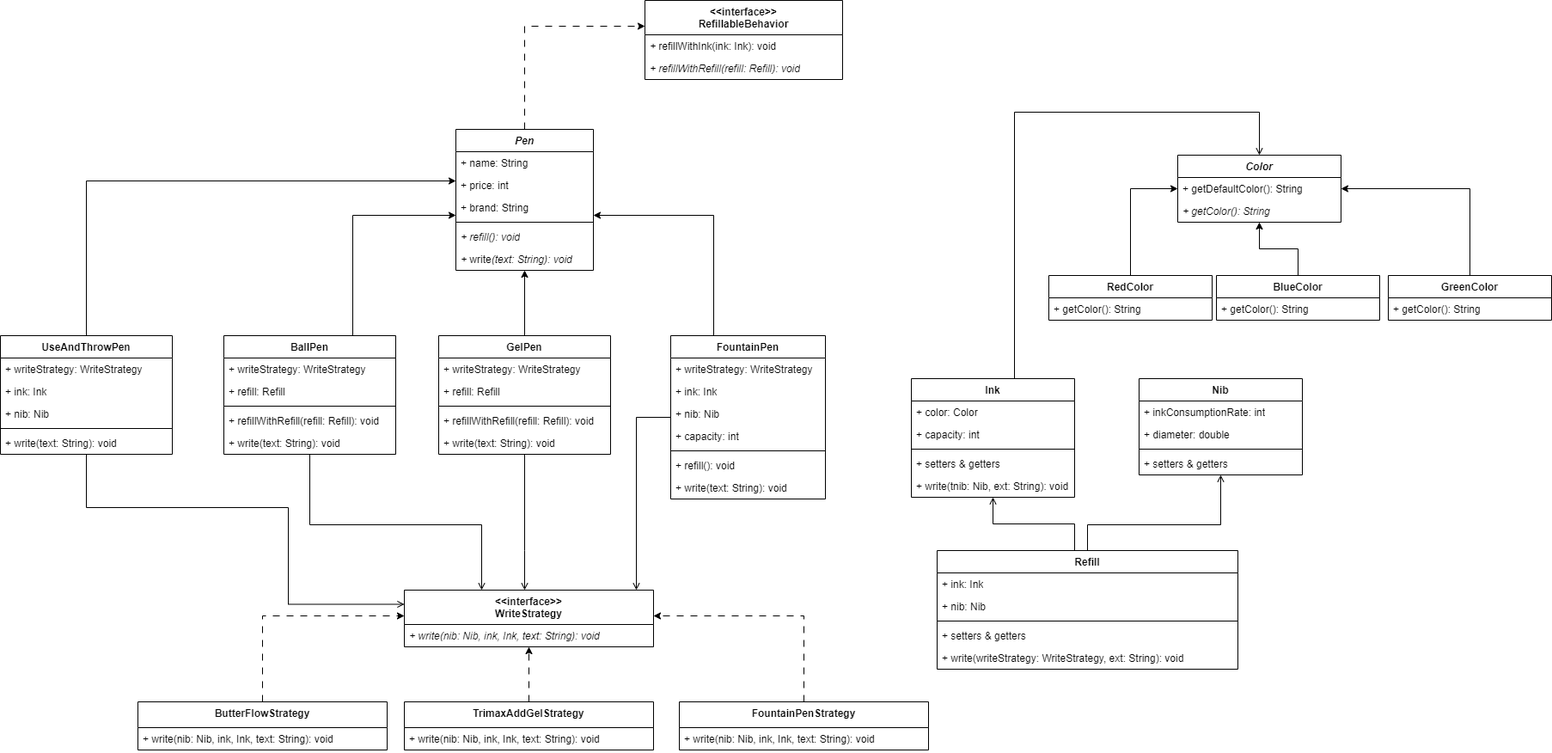
Before: classDiagram.drawio.png, a diagram exported from draw.io (ARSHAD0141786/Design-A-Pen). Source tidied: cells renumbered, new cells last; positions are measured from the earlier drawing's top-left corner, leaving out a move shared by most shapes.
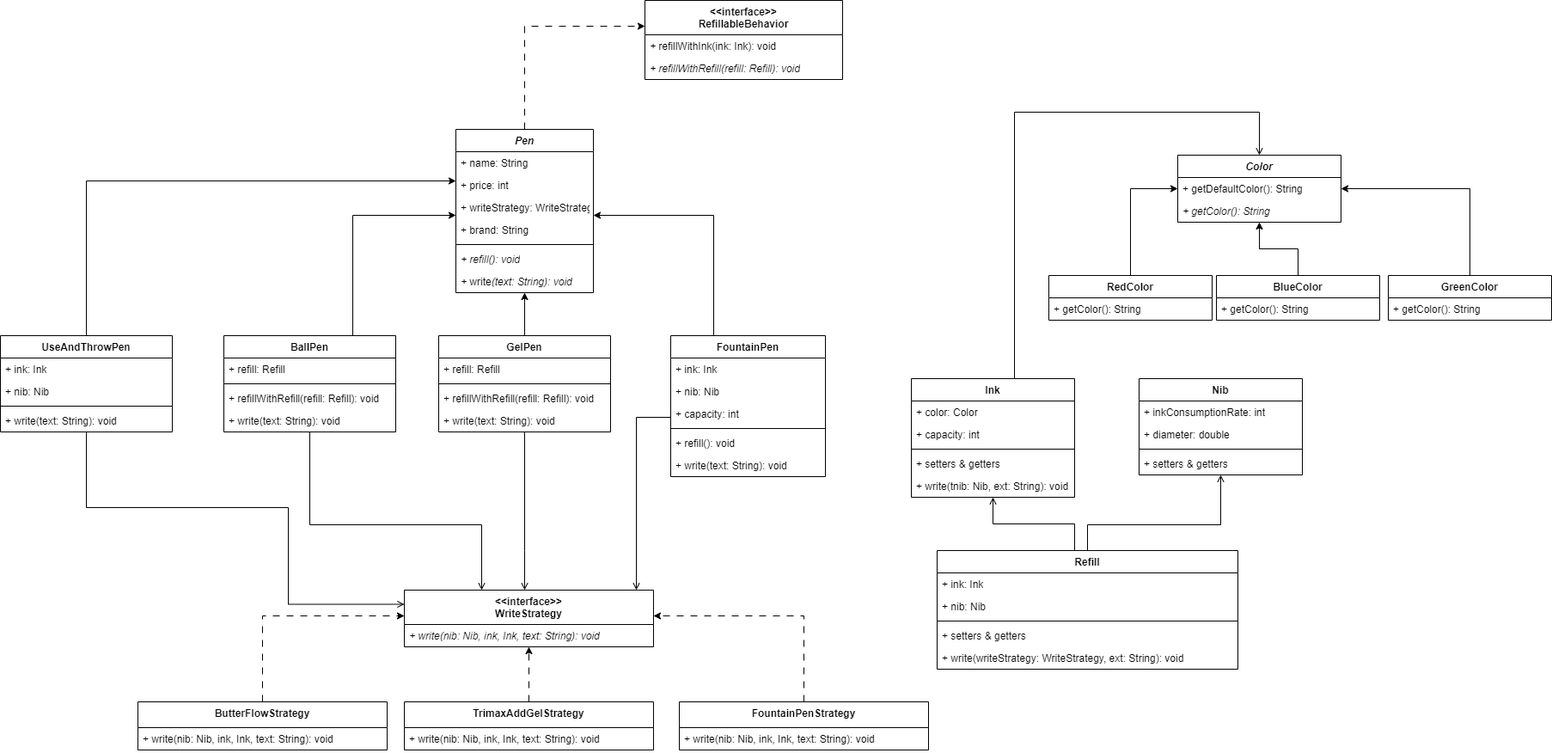
The same file after the commit.

Commit message:
moved smimilar attributes to parent class

What changed in the source:
```diff
@@ -10,7 +10,7 @@
       </mxGeometry>
     </mxCell>
     <mxCell id="3" value="&lt;i&gt;Pen&lt;/i&gt;" style="swimlane;fontStyle=1;align=center;verticalAlign=top;horizontal=1;startSize=26;whiteSpace=wrap;html=1;" parent="1" vertex="1">
-      <mxGeometry x="530" y="150" width="160" height="164" as="geometry" />
+      <mxGeometry x="530" y="150" width="160" height="190" as="geometry" />
     </mxCell>
     <mxCell id="4" value="+ name: String" style="text;strokeColor=none;fillColor=none;align=left;verticalAlign=top;spacingLeft=4;spacingRight=4;overflow=hidden;whiteSpace=wrap;html=1;" parent="3" vertex="1">
       <mxGeometry y="26" width="160" height="26" as="geometry" />
@@ -18,17 +18,20 @@
     <mxCell id="5" value="+ price: int" style="text;strokeColor=none;fillColor=none;align=left;verticalAlign=top;spacingLeft=4;spacingRight=4;overflow=hidden;whiteSpace=wrap;html=1;" parent="3" vertex="1">
       <mxGeometry y="52" width="160" height="26" as="geometry" />
     </mxCell>
+    <mxCell id="13" value="+&amp;nbsp;writeStrategy&lt;span style=&quot;background-color: initial;&quot;&gt;:&amp;nbsp;&lt;/span&gt;WriteStrategy" style="text;strokeColor=none;fillColor=none;align=left;verticalAlign=top;spacingLeft=4;spacingRight=4;overflow=hidden;whiteSpace=wrap;html=1;" parent="3" vertex="1">
+      <mxGeometry y="78" width="160" height="26" as="geometry" />
+    </mxCell>
     <mxCell id="6" value="+ brand: String" style="text;strokeColor=none;fillColor=none;align=left;verticalAlign=top;spacingLeft=4;spacingRight=4;overflow=hidden;whiteSpace=wrap;html=1;" parent="3" vertex="1">
-      <mxGeometry y="78" width="160" height="26" as="geometry" />
+      <mxGeometry y="104" width="160" height="26" as="geometry" />
     </mxCell>
     <mxCell id="7" style="line;strokeWidth=1;fillColor=none;align=left;verticalAlign=middle;spacingTop=-1;spacingLeft=3;spacingRight=3;labelPosition=right;strokeColor=inherit;" parent="3" vertex="1">
-      <mxGeometry y="104" width="160" height="8" as="geometry" />
+      <mxGeometry y="130" width="160" height="8" as="geometry" />
     </mxCell>
     <mxCell id="8" value="&lt;i&gt;+&amp;nbsp;refill&lt;span style=&quot;background-color: initial;&quot;&gt;(): void&lt;/span&gt;&lt;/i&gt;" style="text;strokeColor=none;fillColor=none;align=left;verticalAlign=top;spacingLeft=4;spacingRight=4;overflow=hidden;whiteSpace=wrap;html=1;" parent="3" vertex="1">
-      <mxGeometry y="112" width="160" height="26" as="geometry" />
+      <mxGeometry y="138" width="160" height="26" as="geometry" />
     </mxCell>
     <mxCell id="9" value="&lt;i&gt;+&amp;nbsp;&lt;/i&gt;write&lt;i&gt;&lt;span style=&quot;background-color: initial;&quot;&gt;(text: String): void&lt;/span&gt;&lt;/i&gt;" style="text;strokeColor=none;fillColor=none;align=left;verticalAlign=top;spacingLeft=4;spacingRight=4;overflow=hidden;whiteSpace=wrap;html=1;" parent="3" vertex="1">
-      <mxGeometry y="138" width="160" height="26" as="geometry" />
+      <mxGeometry y="164" width="160" height="26" as="geometry" />
     </mxCell>
     <mxCell id="10" style="edgeStyle=orthogonalEdgeStyle;rounded=0;jettySize=auto;html=1;" parent="1" edge="1" source="12" target="3">
       <mxGeometry relative="1" as="geometry">
@@ -46,22 +49,19 @@
       </mxGeometry>
     </mxCell>
     <mxCell id="12" value="BallPen" style="swimlane;fontStyle=1;align=center;verticalAlign=top;horizontal=1;startSize=26;whiteSpace=wrap;html=1;" parent="1" vertex="1">
-      <mxGeometry x="260" y="390" width="200" height="138" as="geometry" />
+      <mxGeometry x="260" y="390" width="200" height="112" as="geometry" />
     </mxCell>
-    <mxCell id="13" value="+&amp;nbsp;writeStrategy&lt;span style=&quot;background-color: initial;&quot;&gt;:&amp;nbsp;&lt;/span&gt;WriteStrategy" style="text;strokeColor=none;fillColor=none;align=left;verticalAlign=top;spacingLeft=4;spacingRight=4;overflow=hidden;whiteSpace=wrap;html=1;" parent="12" vertex="1">
-      <mxGeometry y="26" width="200" height="26" as="geometry" />
-    </mxCell>
     <mxCell id="14" value="+&amp;nbsp;refill&lt;span style=&quot;background-color: initial;&quot;&gt;:&amp;nbsp;&lt;/span&gt;&lt;span style=&quot;background-color: initial;&quot;&gt;Refill&lt;/span&gt;" style="text;strokeColor=none;fillColor=none;align=left;verticalAlign=top;spacingLeft=4;spacingRight=4;overflow=hidden;whiteSpace=wrap;html=1;" parent="12" vertex="1">
-      <mxGeometry y="52" width="200" height="26" as="geometry" />
+      <mxGeometry y="26" width="200" height="26" as="geometry" />
     </mxCell>
     <mxCell id="15" style="line;strokeWidth=1;fillColor=none;align=left;verticalAlign=middle;spacingTop=-1;spacingLeft=3;spacingRight=3;labelPosition=right;strokeColor=inherit;" parent="12" vertex="1">
-      <mxGeometry y="78" width="200" height="8" as="geometry" />
+      <mxGeometry y="52" width="200" height="8" as="geometry" />
     </mxCell>
     <mxCell id="16" value="+&amp;nbsp;refillWithRefill(refill: Refill): void" style="text;strokeColor=none;fillColor=none;align=left;verticalAlign=top;spacingLeft=4;spacingRight=4;overflow=hidden;whiteSpace=wrap;html=1;" parent="12" vertex="1">
-      <mxGeometry y="86" width="200" height="26" as="geometry" />
+      <mxGeometry y="60" width="200" height="26" as="geometry" />
     </mxCell>
     <mxCell id="17" value="+&amp;nbsp;write&lt;span style=&quot;background-color: initial;&quot;&gt;(text: String): void&lt;/span&gt;" style="text;strokeColor=none;fillColor=none;align=left;verticalAlign=top;spacingLeft=4;spacingRight=4;overflow=hidden;whiteSpace=wrap;html=1;" parent="12" vertex="1">
-      <mxGeometry y="112" width="200" height="26" as="geometry" />
+      <mxGeometry y="86" width="200" height="26" as="geometry" />
     </mxCell>
     <mxCell id="18" style="edgeStyle=orthogonalEdgeStyle;rounded=0;jettySize=auto;html=1;" parent="1" edge="1" source="20" target="3">
       <mxGeometry relative="1" as="geometry" />
@@ -75,22 +75,19 @@
       </mxGeometry>
     </mxCell>
     <mxCell id="20" value="GelPen" style="swimlane;fontStyle=1;align=center;verticalAlign=top;horizontal=1;startSize=26;whiteSpace=wrap;html=1;" parent="1" vertex="1">
-      <mxGeometry x="510" y="390" width="200" height="138" as="geometry" />
+      <mxGeometry x="510" y="390" width="200" height="112" as="geometry" />
     </mxCell>
-    <mxCell id="21" value="+&amp;nbsp;writeStrategy&lt;span style=&quot;background-color: initial;&quot;&gt;:&amp;nbsp;&lt;/span&gt;WriteStrategy" style="text;strokeColor=none;fillColor=none;align=left;verticalAlign=top;spacingLeft=4;spacingRight=4;overflow=hidden;whiteSpace=wrap;html=1;" parent="20" vertex="1">
-      <mxGeometry y="26" width="200" height="26" as="geometry" />
-    </mxCell>
     <mxCell id="22" value="+&amp;nbsp;refill&lt;span style=&quot;background-color: initial;&quot;&gt;:&amp;nbsp;&lt;/span&gt;&lt;span style=&quot;background-color: initial;&quot;&gt;Refill&lt;/span&gt;" style="text;strokeColor=none;fillColor=none;align=left;verticalAlign=top;spacingLeft=4;spacingRight=4;overflow=hidden;whiteSpace=wrap;html=1;" parent="20" vertex="1">
-      <mxGeometry y="52" width="200" height="26" as="geometry" />
+      <mxGeometry y="26" width="200" height="26" as="geometry" />
     </mxCell>
     <mxCell id="23" style="line;strokeWidth=1;fillColor=none;align=left;verticalAlign=middle;spacingTop=-1;spacingLeft=3;spacingRight=3;labelPosition=right;strokeColor=inherit;" parent="20" vertex="1">
-      <mxGeometry y="78" width="200" height="8" as="geometry" />
+      <mxGeometry y="52" width="200" height="8" as="geometry" />
     </mxCell>
     <mxCell id="24" value="+&amp;nbsp;refillWithRefill(refill: Refill): void" style="text;strokeColor=none;fillColor=none;align=left;verticalAlign=top;spacingLeft=4;spacingRight=4;overflow=hidden;whiteSpace=wrap;html=1;" parent="20" vertex="1">
-      <mxGeometry y="86" width="200" height="26" as="geometry" />
+      <mxGeometry y="60" width="200" height="26" as="geometry" />
     </mxCell>
     <mxCell id="25" value="+&amp;nbsp;write&lt;span style=&quot;background-color: initial;&quot;&gt;(text: String): void&lt;/span&gt;" style="text;strokeColor=none;fillColor=none;align=left;verticalAlign=top;spacingLeft=4;spacingRight=4;overflow=hidden;whiteSpace=wrap;html=1;" parent="20" vertex="1">
-      <mxGeometry y="112" width="200" height="26" as="geometry" />
+      <mxGeometry y="86" width="200" height="26" as="geometry" />
     </mxCell>
     <mxCell id="26" style="edgeStyle=orthogonalEdgeStyle;rounded=0;jettySize=auto;html=1;" parent="1" edge="1" source="28" target="3">
       <mxGeometry relative="1" as="geometry">
@@ -107,28 +104,25 @@
       </mxGeometry>
     </mxCell>
     <mxCell id="28" value="FountainPen" style="swimlane;fontStyle=1;align=center;verticalAlign=top;horizontal=1;startSize=26;whiteSpace=wrap;html=1;" parent="1" vertex="1">
-      <mxGeometry x="780" y="390" width="180" height="190" as="geometry" />
+      <mxGeometry x="780" y="390" width="180" height="164" as="geometry" />
     </mxCell>
-    <mxCell id="29" value="+&amp;nbsp;writeStrategy&lt;span style=&quot;background-color: initial;&quot;&gt;:&amp;nbsp;&lt;/span&gt;WriteStrategy" style="text;strokeColor=none;fillColor=none;align=left;verticalAlign=top;spacingLeft=4;spacingRight=4;overflow=hidden;whiteSpace=wrap;html=1;" parent="28" vertex="1">
-      <mxGeometry y="26" width="180" height="26" as="geometry" />
-    </mxCell>
     <mxCell id="30" value="+&amp;nbsp;ink&lt;span style=&quot;background-color: initial;&quot;&gt;:&amp;nbsp;&lt;/span&gt;Ink" style="text;strokeColor=none;fillColor=none;align=left;verticalAlign=top;spacingLeft=4;spacingRight=4;overflow=hidden;whiteSpace=wrap;html=1;" parent="28" vertex="1">
-      <mxGeometry y="52" width="180" height="26" as="geometry" />
+      <mxGeometry y="26" width="180" height="26" as="geometry" />
     </mxCell>
     <mxCell id="31" value="+&amp;nbsp;nib&lt;span style=&quot;background-color: initial;&quot;&gt;: N&lt;/span&gt;ib" style="text;strokeColor=none;fillColor=none;align=left;verticalAlign=top;spacingLeft=4;spacingRight=4;overflow=hidden;whiteSpace=wrap;html=1;" parent="28" vertex="1">
-      <mxGeometry y="78" width="180" height="26" as="geometry" />
+      <mxGeometry y="52" width="180" height="26" as="geometry" />
     </mxCell>
     <mxCell id="32" value="+&amp;nbsp;capacity&lt;span style=&quot;background-color: initial;&quot;&gt;:&amp;nbsp;&lt;/span&gt;&lt;span style=&quot;background-color: initial;&quot;&gt;int&lt;/span&gt;" style="text;strokeColor=none;fillColor=none;align=left;verticalAlign=top;spacingLeft=4;spacingRight=4;overflow=hidden;whiteSpace=wrap;html=1;" parent="28" vertex="1">
-      <mxGeometry y="104" width="180" height="26" as="geometry" />
+      <mxGeometry y="78" width="180" height="26" as="geometry" />
     </mxCell>
     <mxCell id="33" style="line;strokeWidth=1;fillColor=none;align=left;verticalAlign=middle;spacingTop=-1;spacingLeft=3;spacingRight=3;labelPosition=right;strokeColor=inherit;" parent="28" vertex="1">
-      <mxGeometry y="130" width="180" height="8" as="geometry" />
+      <mxGeometry y="104" width="180" height="8" as="geometry" />
     </mxCell>
     <mxCell id="34" value="+&amp;nbsp;refill&lt;span style=&quot;background-color: initial;&quot;&gt;(): void&lt;/span&gt;" style="text;strokeColor=none;fillColor=none;align=left;verticalAlign=top;spacingLeft=4;spacingRight=4;overflow=hidden;whiteSpace=wrap;html=1;" parent="28" vertex="1">
-      <mxGeometry y="138" width="180" height="26" as="geometry" />
+      <mxGeometry y="112" width="180" height="26" as="geometry" />
     </mxCell>
     <mxCell id="35" value="+&amp;nbsp;write&lt;span style=&quot;background-color: initial;&quot;&gt;(text: String): void&lt;/span&gt;" style="text;strokeColor=none;fillColor=none;align=left;verticalAlign=top;spacingLeft=4;spacingRight=4;overflow=hidden;whiteSpace=wrap;html=1;" parent="28" vertex="1">
-      <mxGeometry y="164" width="180" height="26" as="geometry" />
+      <mxGeometry y="138" width="180" height="26" as="geometry" />
     </mxCell>
     <mxCell id="36" value="&amp;lt;&amp;lt;interface&amp;gt;&amp;gt;&lt;br&gt;WriteStrategy" style="swimlane;fontStyle=1;align=center;verticalAlign=top;horizontal=1;startSize=40;whiteSpace=wrap;html=1;" parent="1" vertex="1">
       <mxGeometry x="470" y="686" width="290" height="66" as="geometry" />
@@ -312,22 +306,19 @@
       </mxGeometry>
     </mxCell>
     <mxCell id="84" value="UseAndThrowPen" style="swimlane;fontStyle=1;align=center;verticalAlign=top;horizontal=1;startSize=26;whiteSpace=wrap;html=1;" parent="1" vertex="1">
-      <mxGeometry y="390" width="200" height="138" as="geometry" />
+      <mxGeometry y="390" width="200" height="112" as="geometry" />
     </mxCell>
-    <mxCell id="85" value="+&amp;nbsp;writeStrategy&lt;span style=&quot;background-color: initial;&quot;&gt;:&amp;nbsp;&lt;/span&gt;WriteStrategy" style="text;strokeColor=none;fillColor=none;align=left;verticalAlign=top;spacingLeft=4;spacingRight=4;overflow=hidden;whiteSpace=wrap;html=1;" parent="84" vertex="1">
-      <mxGeometry y="26" width="200" height="26" as="geometry" />
-    </mxCell>
     <mxCell id="86" value="+&amp;nbsp;ink&lt;span style=&quot;background-color: initial;&quot;&gt;:&amp;nbsp;&lt;/span&gt;Ink" style="text;strokeColor=none;fillColor=none;align=left;verticalAlign=top;spacingLeft=4;spacingRight=4;overflow=hidden;whiteSpace=wrap;html=1;" parent="84" vertex="1">
-      <mxGeometry y="52" width="200" height="26" as="geometry" />
+      <mxGeometry y="26" width="200" height="26" as="geometry" />
     </mxCell>
     <mxCell id="87" value="+&amp;nbsp;nib&lt;span style=&quot;background-color: initial;&quot;&gt;: N&lt;/span&gt;ib" style="text;strokeColor=none;fillColor=none;align=left;verticalAlign=top;spacingLeft=4;spacingRight=4;overflow=hidden;whiteSpace=wrap;html=1;" parent="84" vertex="1">
-      <mxGeometry y="78" width="200" height="26" as="geometry" />
+      <mxGeometry y="52" width="200" height="26" as="geometry" />
     </mxCell>
     <mxCell id="88" style="line;strokeWidth=1;fillColor=none;align=left;verticalAlign=middle;spacingTop=-1;spacingLeft=3;spacingRight=3;labelPosition=right;strokeColor=inherit;" parent="84" vertex="1">
-      <mxGeometry y="104" width="200" height="8" as="geometry" />
+      <mxGeometry y="78" width="200" height="8" as="geometry" />
     </mxCell>
     <mxCell id="89" value="+&amp;nbsp;write&lt;span style=&quot;background-color: initial;&quot;&gt;(text: String): void&lt;/span&gt;" style="text;strokeColor=none;fillColor=none;align=left;verticalAlign=top;spacingLeft=4;spacingRight=4;overflow=hidden;whiteSpace=wrap;html=1;" parent="84" vertex="1">
-      <mxGeometry y="112" width="200" height="26" as="geometry" />
+      <mxGeometry y="86" width="200" height="26" as="geometry" />
     </mxCell>
   </root>
 </mxGraphModel>
```
